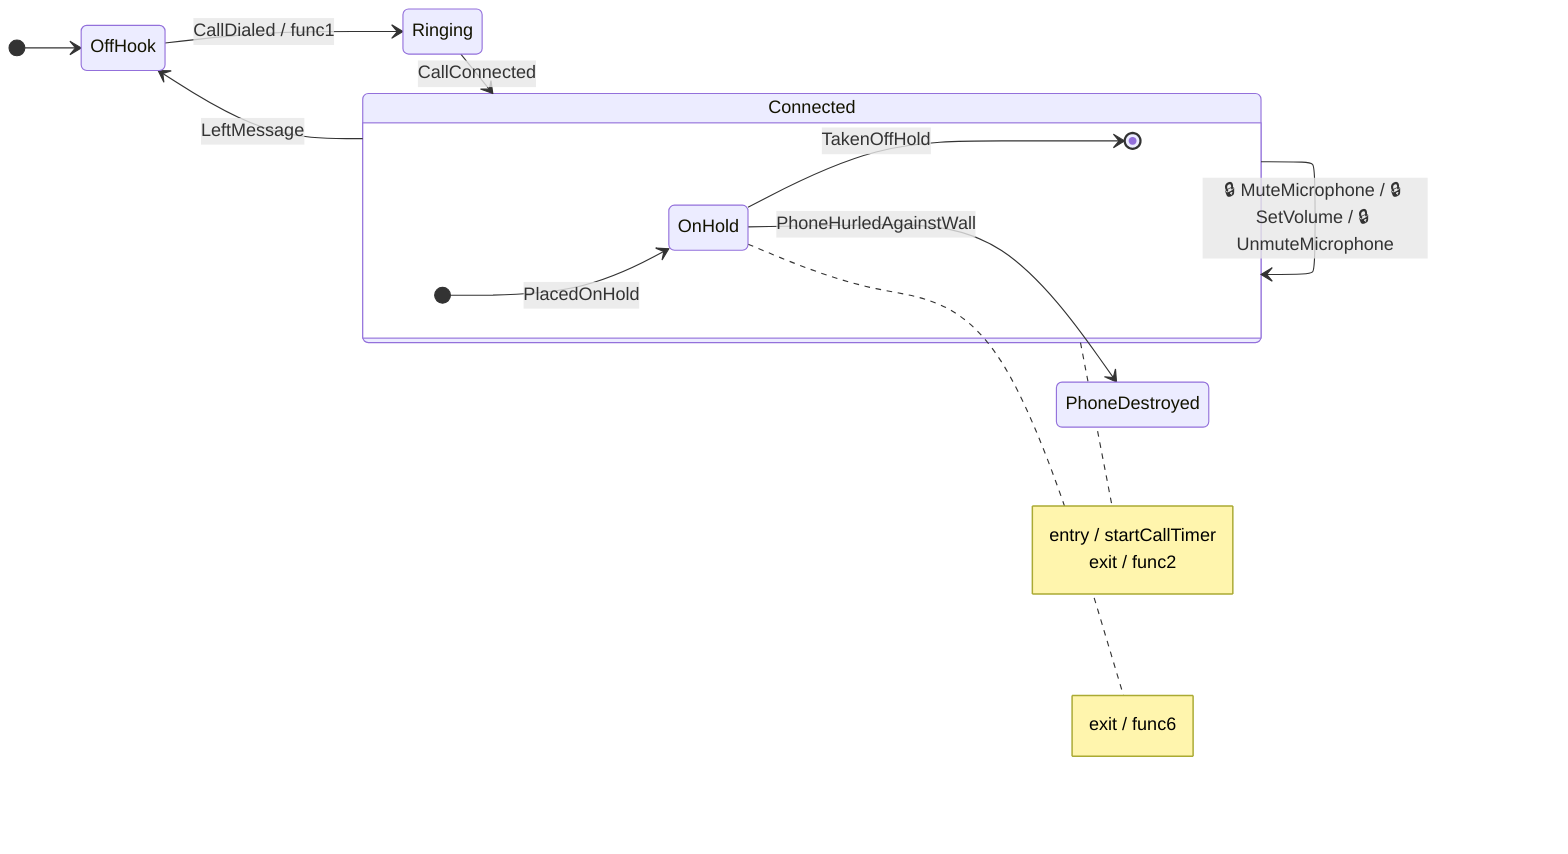
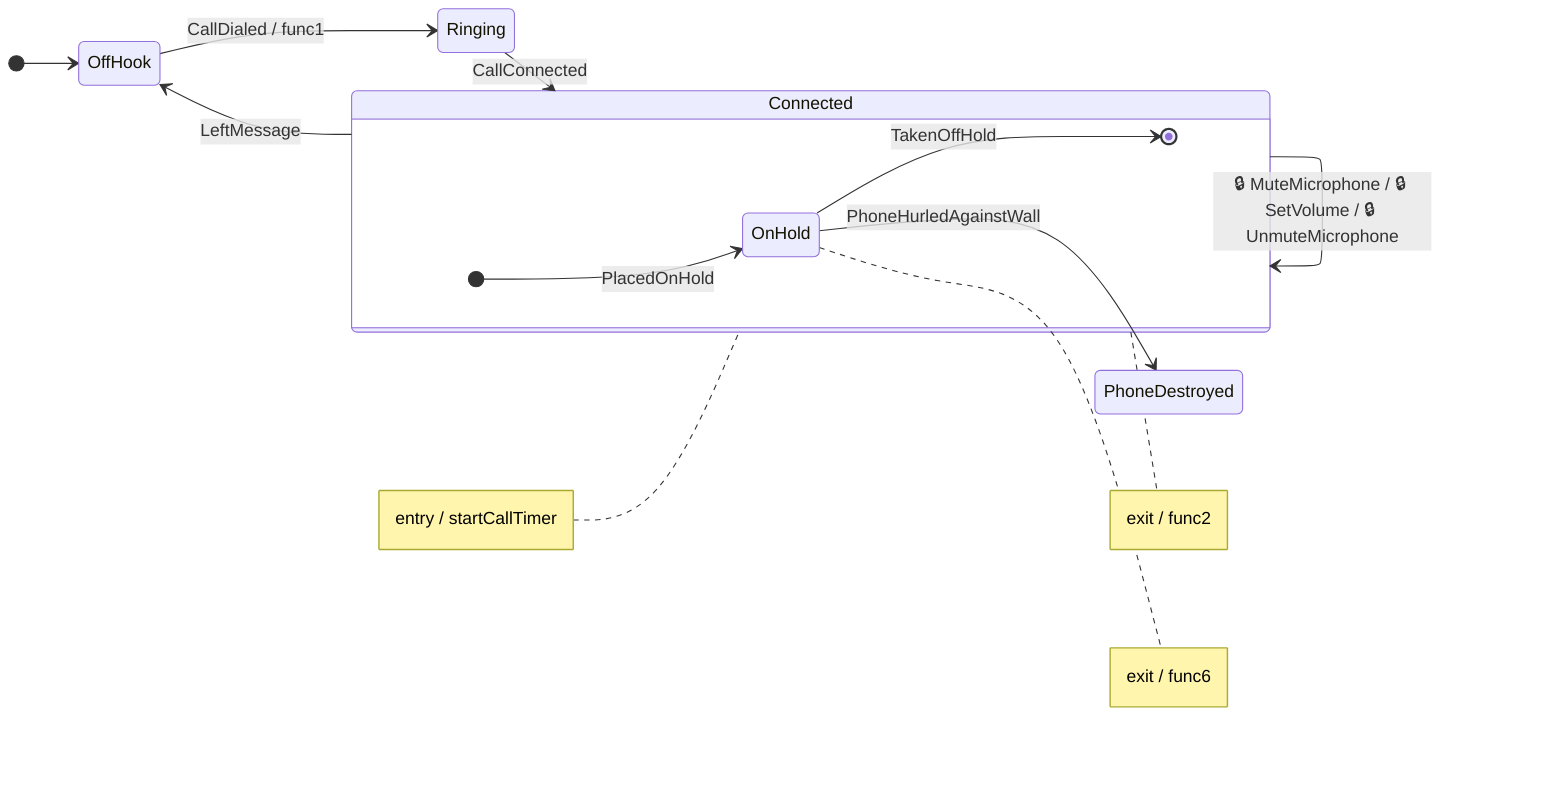
stateDiagram-v2
    direction LR
+ 
    [*] --> OffHook

    state Connected {
        OnHold
        [*] --> OnHold : PlacedOnHold
        OnHold --> [*] : TakenOffHold
    }
+     note left of Connected
+         entry / startCallTimer
+     end note
    note right of Connected
-         entry / startCallTimer
        exit / func2
    end note
    note right of OnHold
        exit / func6
    end note

    Connected --> OffHook : LeftMessage
    Connected --> Connected : 🔒 MuteMicrophone / 🔒 SetVolume / 🔒 UnmuteMicrophone
    OffHook --> Ringing : CallDialed / func1
    OnHold --> PhoneDestroyed : PhoneHurledAgainstWall
    Ringing --> Connected : CallConnected
